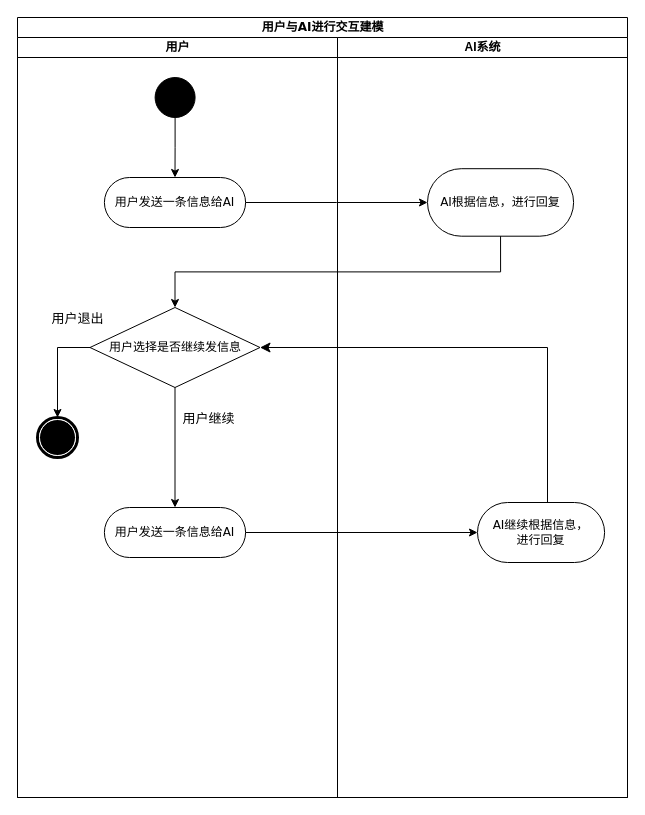
This is page "功能建模" (1 of 2) of 文档/需求分析规约文档/三种建模/21用户与AI对话用例建模.drawio from w1ntercube/TJ-SE-Design, a draw.io file, before an edit. Source tidied: cells renumbered, new cells numbered last; positions are measured from the earlier drawing's top-left corner, leaving out a move shared by most shapes. Both pictures are drawn from the tidied source at 100%, with x=0, y=0 at pixel (17, 17).
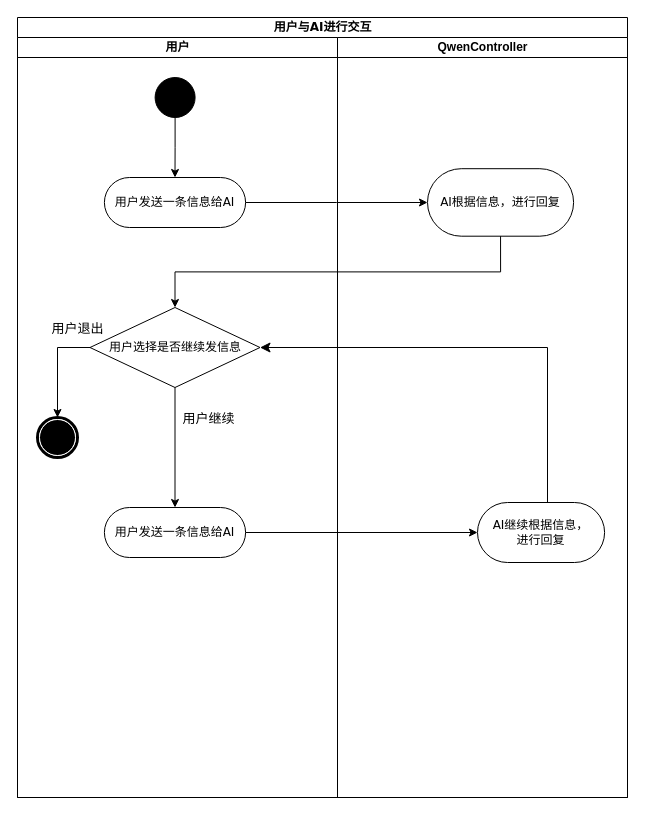
The same page after the edit.

Unchanged cells that the change refers to:
```xml
<mxCell id="9" style="edgeStyle=orthogonalEdgeStyle;rounded=0;jettySize=auto;html=1;exitX=0;exitY=0.5;exitDx=0;exitDy=0;" parent="3" edge="1" source="7" target="8">
  <mxGeometry relative="1" as="geometry" />
</mxCell>
```

Change to the diagram source:
```diff
@@
-    <mxCell id="2" value="用户与AI进行交互建模" style="swimlane;html=1;startSize=20;rounded=0;shadow=0;comic=0;labelBackgroundColor=none;strokeWidth=1;fontFamily=Verdana;fontSize=12;align=center;" parent="1" vertex="1">
+    <mxCell id="2" value="用户与AI进行交互" style="swimlane;html=1;startSize=20;rounded=0;shadow=0;comic=0;labelBackgroundColor=none;strokeWidth=1;fontFamily=Verdana;fontSize=12;align=center;" parent="1" vertex="1">
       <mxGeometry width="610" height="780" as="geometry" />
     </mxCell>
@@
     <mxCell id="10" value="&lt;font style=&quot;font-size: 13px;&quot;&gt;用户退出&lt;/font&gt;" style="edgeLabel;html=1;align=center;verticalAlign=middle;" parent="9" vertex="1">
       <mxGeometry x="-0.42" y="2" relative="1" as="geometry">
-        <mxPoint x="17" y="-32" as="offset" />
+        <mxPoint x="17" y="-22" as="offset" />
       </mxGeometry>
     </mxCell>
@@
-    <mxCell id="14" value="AI系统" style="swimlane;html=1;startSize=20;" parent="1" vertex="1">
+    <mxCell id="14" value="QwenController" style="swimlane;html=1;startSize=20;" parent="1" vertex="1">
       <mxGeometry x="320" y="20" width="290" height="760" as="geometry" />
     </mxCell>
```
